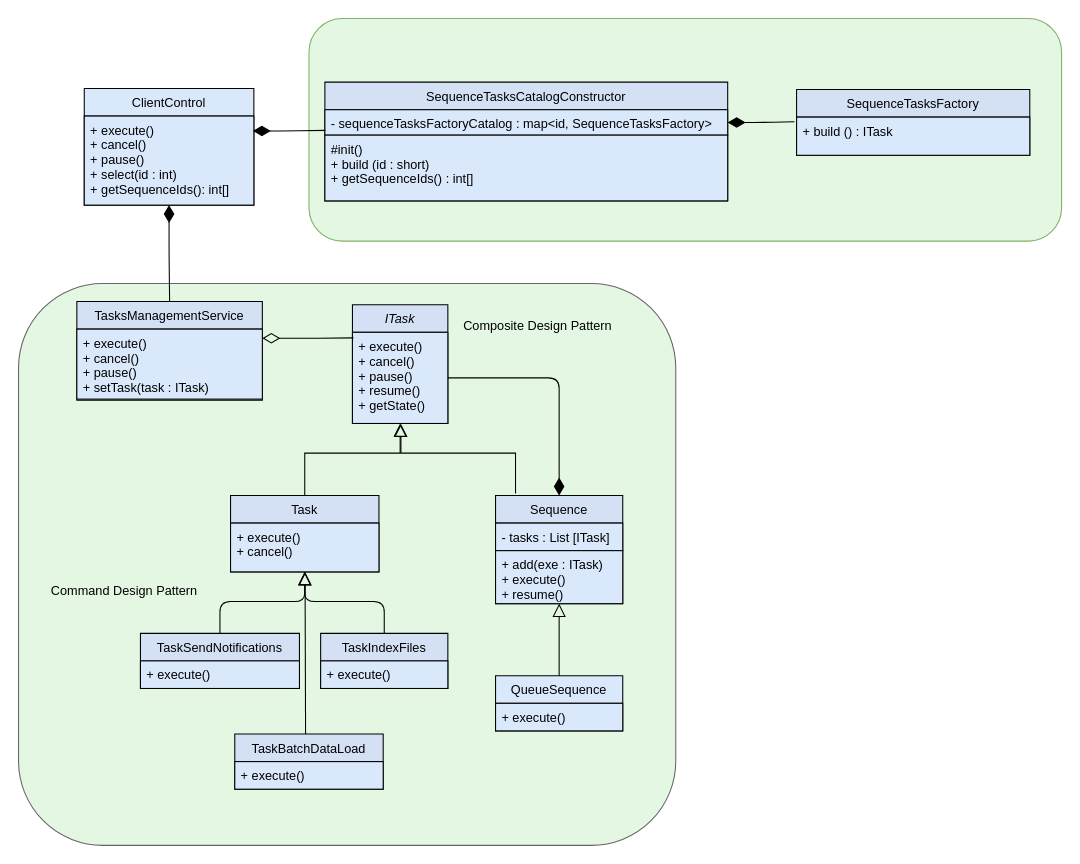
cguz/task-management-service keeps this draw.io diagram as design/TaskManagementService.drawio. Above is the earlier version. Source tidied: cells renumbered, new cells numbered last; positions are measured from the earlier drawing's top-left corner, leaving out a move shared by most shapes. Both pictures are drawn from the tidied source at 106%, with x=0, y=0 at pixel (18, 18).
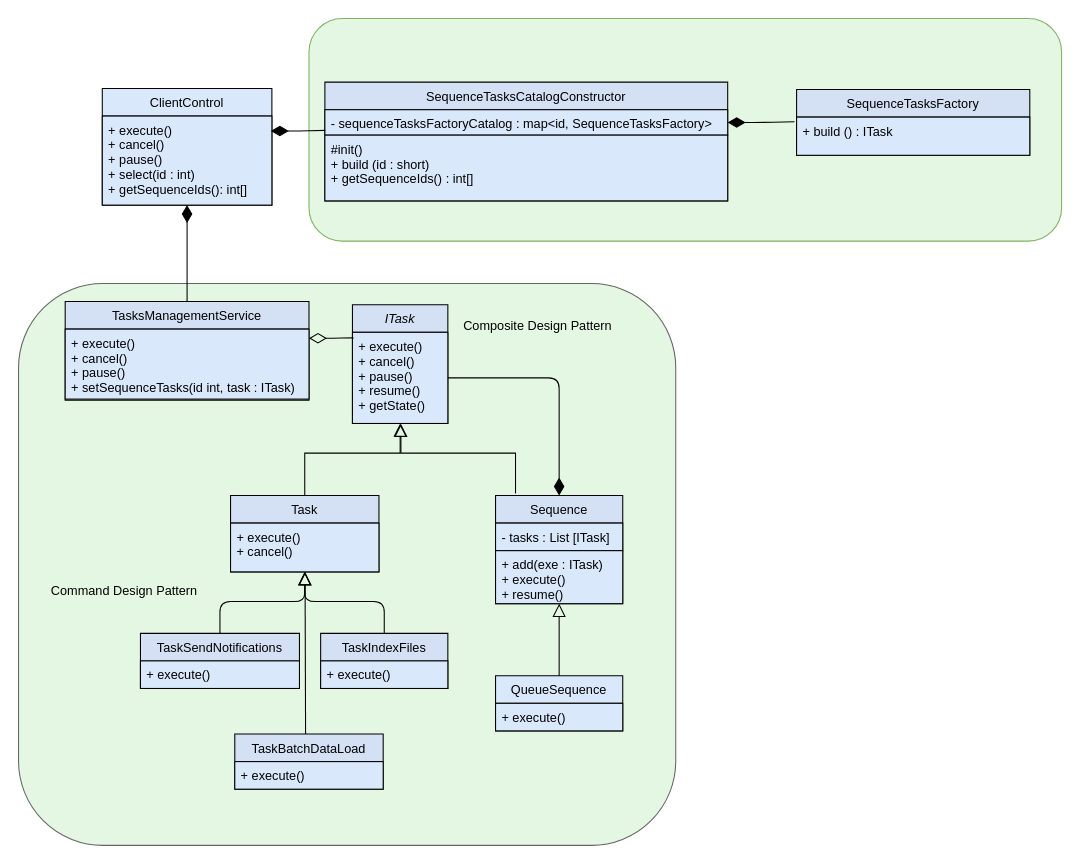
After the change.

Diff of the diagram source:
```diff
@@
     <mxCell id="27" value="TasksManagementService" style="swimlane;fontStyle=0;align=center;verticalAlign=top;horizontal=1;startSize=26;rounded=0;shadow=0;strokeWidth=1;fillColor=#D4E1F5;" parent="1" vertex="1">
-      <mxGeometry x="55" y="267" width="175" height="93" as="geometry" />
+      <mxGeometry x="44" y="267" width="230" height="93" as="geometry" />
     </mxCell>
-    <mxCell id="28" value="+ execute()&#10;+ cancel()&#10;+ pause()&#10;+ setTask(task : ITask)" style="text;align=left;verticalAlign=top;spacingLeft=4;spacingRight=4;overflow=hidden;points=[[0,0.5],[1,0.5]];portConstraint=eastwest;fillColor=#dae8fc;strokeColor=#000000;" parent="27" vertex="1">
-      <mxGeometry y="26" width="175" height="66" as="geometry" />
+    <mxCell id="28" value="+ execute()&#10;+ cancel()&#10;+ pause()&#10;+ setSequenceTasks(id int, task : ITask)" style="text;align=left;verticalAlign=top;spacingLeft=4;spacingRight=4;overflow=hidden;points=[[0,0.5],[1,0.5]];portConstraint=eastwest;fillColor=#dae8fc;strokeColor=#000000;" parent="27" vertex="1">
+      <mxGeometry y="26" width="230" height="66" as="geometry" />
     </mxCell>
@@
     <mxCell id="30" value="ClientControl" style="swimlane;fontStyle=0;align=center;verticalAlign=top;horizontal=1;startSize=26;rounded=0;shadow=0;strokeWidth=1;fillColor=#dae8fc;" parent="1" vertex="1">
-      <mxGeometry x="62" y="66" width="160" height="110" as="geometry" />
+      <mxGeometry x="79" y="66" width="160" height="110" as="geometry" />
     </mxCell>
```
